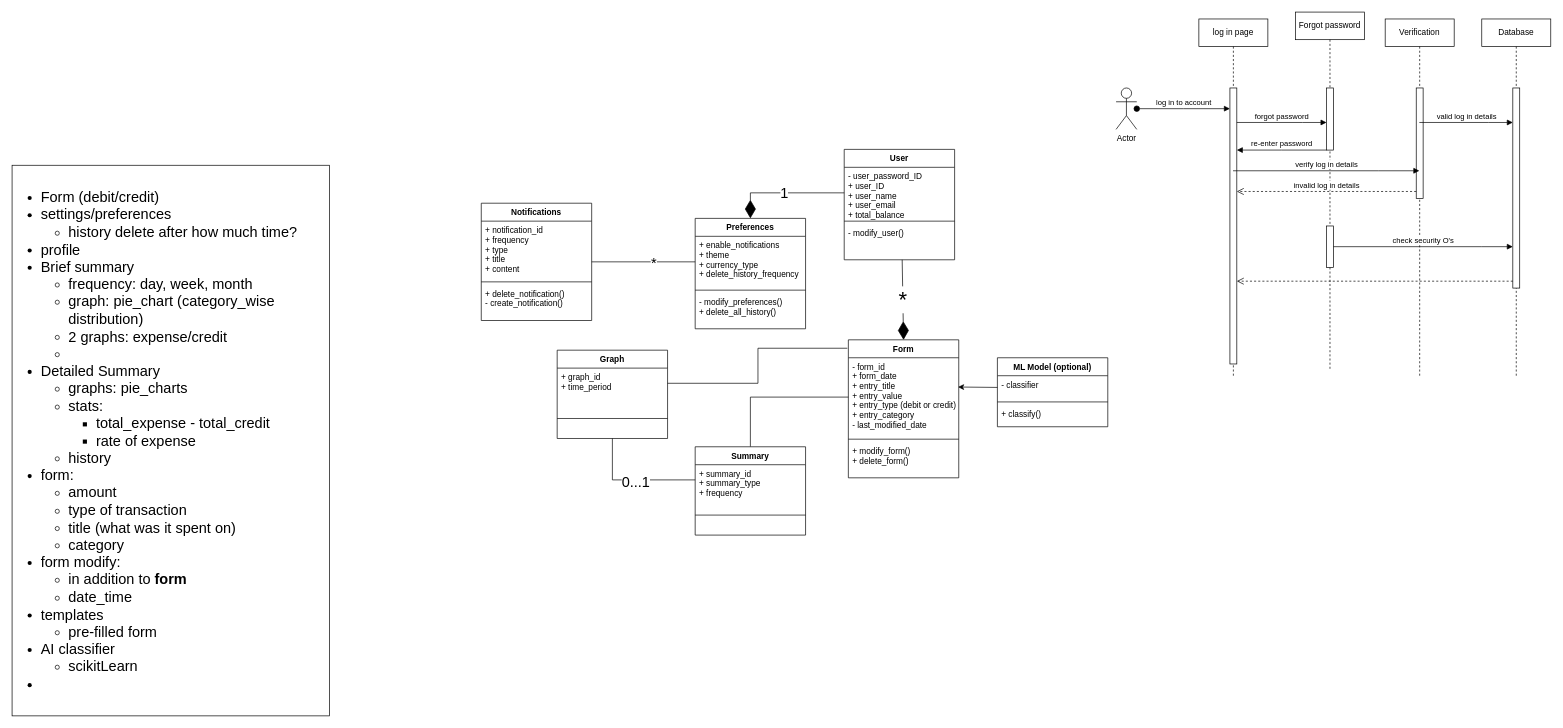
This is documentation/Sequence Diagram.drawio from batwa-org/batwa, a draw.io file, before an edit. Source tidied: cells renumbered, new cells numbered last; positions are measured from the earlier drawing's top-left corner, leaving out a move shared by most shapes. Both pictures are drawn from the tidied source at 69%, with x=0, y=0 at pixel (12, 12).
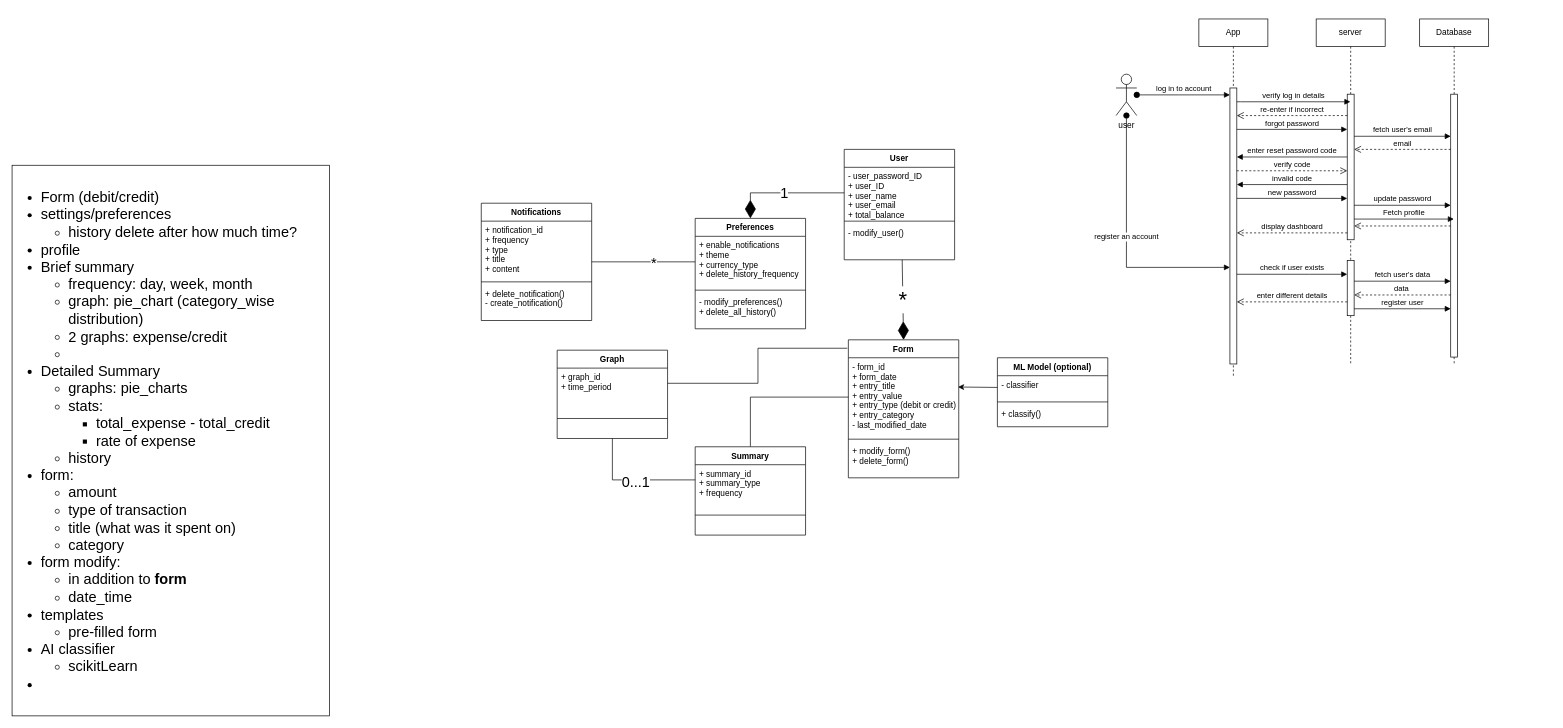
The same page after the edit.

The change refers to these unchanged cells:
```xml
<mxCell id="4" style="html=1;points=[];perimeter=orthogonalPerimeter;outlineConnect=0;targetShapes=umlLifeline;portConstraint=eastwest;newEdgeStyle={&quot;edgeStyle&quot;:&quot;elbowEdgeStyle&quot;,&quot;elbow&quot;:&quot;vertical&quot;,&quot;curved&quot;:0,&quot;rounded&quot;:0};" parent="3" vertex="1">
  <mxGeometry x="45" y="100" width="10" height="400" as="geometry" />
</mxCell>
```

The edit, as a diff of the source:
```diff
@@
-    <mxCell id="2" value="Actor" style="shape=umlActor;verticalLabelPosition=bottom;verticalAlign=top;html=1;outlineConnect=0;" parent="1" vertex="1">
-      <mxGeometry x="1600" y="110" width="30" height="60" as="geometry" />
+    <mxCell id="2" value="user" style="shape=umlActor;verticalLabelPosition=bottom;verticalAlign=top;html=1;outlineConnect=0;" parent="1" vertex="1">
+      <mxGeometry x="1600" y="90" width="30" height="60" as="geometry" />
     </mxCell>
-    <mxCell id="3" value="log in page" style="shape=umlLifeline;perimeter=lifelinePerimeter;whiteSpace=wrap;html=1;outlineConnect=0;portConstraint=eastwest;newEdgeStyle={&quot;edgeStyle&quot;:&quot;elbowEdgeStyle&quot;,&quot;elbow&quot;:&quot;vertical&quot;,&quot;curved&quot;:0,&quot;rounded&quot;:0};" parent="1" vertex="1">
+    <mxCell id="3" value="App" style="shape=umlLifeline;perimeter=lifelinePerimeter;whiteSpace=wrap;html=1;outlineConnect=0;portConstraint=eastwest;newEdgeStyle={&quot;edgeStyle&quot;:&quot;elbowEdgeStyle&quot;,&quot;elbow&quot;:&quot;vertical&quot;,&quot;curved&quot;:0,&quot;rounded&quot;:0};" parent="1" vertex="1">
       <mxGeometry x="1720" y="10" width="100" height="520" as="geometry" />
     </mxCell>
@@
-    <mxCell id="5" value="Forgot password" style="shape=umlLifeline;perimeter=lifelinePerimeter;whiteSpace=wrap;html=1;newEdgeStyle={&quot;edgeStyle&quot;:&quot;elbowEdgeStyle&quot;,&quot;elbow&quot;:&quot;vertical&quot;,&quot;curved&quot;:0,&quot;rounded&quot;:0};" parent="1" vertex="1">
-      <mxGeometry x="1860" width="100" height="520" as="geometry" />
-    </mxCell>
-    <mxCell id="6" style="html=1;points=[];perimeter=orthogonalPerimeter;outlineConnect=0;targetShapes=umlLifeline;portConstraint=eastwest;newEdgeStyle={&quot;edgeStyle&quot;:&quot;elbowEdgeStyle&quot;,&quot;elbow&quot;:&quot;vertical&quot;,&quot;curved&quot;:0,&quot;rounded&quot;:0};" parent="5" vertex="1">
-      <mxGeometry x="45" y="110" width="10" height="90" as="geometry" />
-    </mxCell>
-    <mxCell id="7" style="html=1;points=[];perimeter=orthogonalPerimeter;outlineConnect=0;targetShapes=umlLifeline;portConstraint=eastwest;newEdgeStyle={&quot;edgeStyle&quot;:&quot;elbowEdgeStyle&quot;,&quot;elbow&quot;:&quot;vertical&quot;,&quot;curved&quot;:0,&quot;rounded&quot;:0};" parent="5" vertex="1">
-      <mxGeometry x="45" y="310" width="10" height="60" as="geometry" />
-    </mxCell>
-    <mxCell id="8" value="Verification" style="shape=umlLifeline;perimeter=lifelinePerimeter;whiteSpace=wrap;html=1;outlineConnect=0;portConstraint=eastwest;newEdgeStyle={&quot;edgeStyle&quot;:&quot;elbowEdgeStyle&quot;,&quot;elbow&quot;:&quot;vertical&quot;,&quot;curved&quot;:0,&quot;rounded&quot;:0};" parent="1" vertex="1">
-      <mxGeometry x="1990" y="10" width="100" height="520" as="geometry" />
-    </mxCell>
-    <mxCell id="9" style="html=1;points=[];perimeter=orthogonalPerimeter;outlineConnect=0;targetShapes=umlLifeline;portConstraint=eastwest;newEdgeStyle={&quot;edgeStyle&quot;:&quot;elbowEdgeStyle&quot;,&quot;elbow&quot;:&quot;vertical&quot;,&quot;curved&quot;:0,&quot;rounded&quot;:0};" parent="8" vertex="1">
-      <mxGeometry x="45" y="100" width="10" height="160" as="geometry" />
-    </mxCell>
-    <mxCell id="10" value="Database" style="shape=umlLifeline;perimeter=lifelinePerimeter;whiteSpace=wrap;html=1;outlineConnect=0;portConstraint=eastwest;newEdgeStyle={&quot;edgeStyle&quot;:&quot;elbowEdgeStyle&quot;,&quot;elbow&quot;:&quot;vertical&quot;,&quot;curved&quot;:0,&quot;rounded&quot;:0};" parent="1" vertex="1">
-      <mxGeometry x="2130" y="10" width="100" height="520" as="geometry" />
-    </mxCell>
-    <mxCell id="11" style="html=1;points=[];perimeter=orthogonalPerimeter;outlineConnect=0;targetShapes=umlLifeline;portConstraint=eastwest;newEdgeStyle={&quot;edgeStyle&quot;:&quot;elbowEdgeStyle&quot;,&quot;elbow&quot;:&quot;vertical&quot;,&quot;curved&quot;:0,&quot;rounded&quot;:0};" parent="10" vertex="1">
-      <mxGeometry x="45" y="100" width="10" height="290" as="geometry" />
-    </mxCell>
     <mxCell id="12" value="log in to account" style="html=1;verticalAlign=bottom;startArrow=oval;startFill=1;endArrow=block;startSize=8;edgeStyle=elbowEdgeStyle;elbow=vertical;curved=0;rounded=0;" parent="1" edge="1" source="2" target="4">
-      <mxGeometry relative="1" as="geometry" />
+      <mxGeometry relative="1" as="geometry">
+        <Array as="points">
+          <mxPoint x="1690" y="120" />
+        </Array>
+      </mxGeometry>
     </mxCell>
-    <mxCell id="13" value="forgot password" style="html=1;verticalAlign=bottom;endArrow=block;edgeStyle=elbowEdgeStyle;elbow=vertical;curved=0;rounded=0;" parent="1" edge="1" source="4" target="6">
-      <mxGeometry relative="1" as="geometry">
-        <Array as="points">
-          <mxPoint x="1870" y="160" />
-        </Array>
-      </mxGeometry>
-    </mxCell>
-    <mxCell id="14" value="re-enter password" style="html=1;verticalAlign=bottom;endArrow=block;edgeStyle=elbowEdgeStyle;elbow=vertical;curved=0;rounded=0;" parent="1" edge="1" source="6" target="4">
-      <mxGeometry relative="1" as="geometry">
-        <Array as="points">
-          <mxPoint x="1840" y="200" />
-        </Array>
-      </mxGeometry>
-    </mxCell>
-    <mxCell id="15" value="verify log in details" style="html=1;verticalAlign=bottom;endArrow=block;edgeStyle=elbowEdgeStyle;elbow=vertical;curved=0;rounded=0;" parent="1" edge="1" source="3" target="8">
-      <mxGeometry relative="1" as="geometry">
-        <Array as="points">
-          <mxPoint x="1980" y="230" />
-          <mxPoint x="1930" y="260" />
-        </Array>
-      </mxGeometry>
-    </mxCell>
-    <mxCell id="16" value="invalid log in details" style="html=1;verticalAlign=bottom;endArrow=open;dashed=1;endSize=8;edgeStyle=elbowEdgeStyle;elbow=vertical;curved=0;rounded=0;" parent="1" edge="1" source="9" target="4">
-      <mxGeometry relative="1" as="geometry">
-        <Array as="points">
-          <mxPoint x="1940" y="260" />
-        </Array>
-      </mxGeometry>
-    </mxCell>
-    <mxCell id="17" value="valid log in details" style="html=1;verticalAlign=bottom;endArrow=block;edgeStyle=elbowEdgeStyle;elbow=vertical;curved=0;rounded=0;" parent="1" edge="1" source="8" target="11">
-      <mxGeometry relative="1" as="geometry">
-        <Array as="points">
-          <mxPoint x="2140" y="160" />
-        </Array>
-      </mxGeometry>
-    </mxCell>
-    <mxCell id="18" value="check security O's" style="html=1;verticalAlign=bottom;endArrow=block;edgeStyle=elbowEdgeStyle;elbow=vertical;curved=0;rounded=0;" parent="1" edge="1" source="7" target="11">
-      <mxGeometry relative="1" as="geometry">
-        <Array as="points">
-          <mxPoint x="2130" y="340" />
-          <mxPoint x="2100" y="320" />
-        </Array>
-      </mxGeometry>
-    </mxCell>
-    <mxCell id="19" style="html=1;verticalAlign=bottom;endArrow=open;dashed=1;endSize=8;edgeStyle=elbowEdgeStyle;elbow=vertical;curved=0;rounded=0;" parent="1" edge="1" source="11" target="4">
-      <mxGeometry relative="1" as="geometry">
-        <Array as="points">
-          <mxPoint x="2070" y="390" />
-        </Array>
-      </mxGeometry>
-    </mxCell>
@@
+    <mxCell id="10" value="Database" style="shape=umlLifeline;perimeter=lifelinePerimeter;whiteSpace=wrap;html=1;outlineConnect=0;portConstraint=eastwest;newEdgeStyle={&quot;edgeStyle&quot;:&quot;elbowEdgeStyle&quot;,&quot;elbow&quot;:&quot;vertical&quot;,&quot;curved&quot;:0,&quot;rounded&quot;:0};" parent="1" vertex="1">
+      <mxGeometry x="2040" y="10" width="100" height="500" as="geometry" />
+    </mxCell>
+    <mxCell id="56" style="html=1;points=[];perimeter=orthogonalPerimeter;outlineConnect=0;targetShapes=umlLifeline;portConstraint=eastwest;newEdgeStyle={&quot;edgeStyle&quot;:&quot;elbowEdgeStyle&quot;,&quot;elbow&quot;:&quot;vertical&quot;,&quot;curved&quot;:0,&quot;rounded&quot;:0};" parent="10" vertex="1">
+      <mxGeometry x="45" y="109" width="10" height="381" as="geometry" />
+    </mxCell>
+    <mxCell id="57" value="server" style="shape=umlLifeline;perimeter=lifelinePerimeter;whiteSpace=wrap;html=1;outlineConnect=0;portConstraint=eastwest;newEdgeStyle={&quot;edgeStyle&quot;:&quot;elbowEdgeStyle&quot;,&quot;elbow&quot;:&quot;vertical&quot;,&quot;curved&quot;:0,&quot;rounded&quot;:0};" parent="1" vertex="1">
+      <mxGeometry x="1890" y="10" width="100" height="500" as="geometry" />
+    </mxCell>
+    <mxCell id="58" style="html=1;points=[];perimeter=orthogonalPerimeter;outlineConnect=0;targetShapes=umlLifeline;portConstraint=eastwest;newEdgeStyle={&quot;edgeStyle&quot;:&quot;elbowEdgeStyle&quot;,&quot;elbow&quot;:&quot;vertical&quot;,&quot;curved&quot;:0,&quot;rounded&quot;:0};" parent="57" vertex="1">
+      <mxGeometry x="45" y="109" width="10" height="211" as="geometry" />
+    </mxCell>
+    <mxCell id="59" style="html=1;points=[];perimeter=orthogonalPerimeter;outlineConnect=0;targetShapes=umlLifeline;portConstraint=eastwest;newEdgeStyle={&quot;edgeStyle&quot;:&quot;elbowEdgeStyle&quot;,&quot;elbow&quot;:&quot;vertical&quot;,&quot;curved&quot;:0,&quot;rounded&quot;:0};" parent="57" vertex="1">
+      <mxGeometry x="45" y="350" width="10" height="80" as="geometry" />
+    </mxCell>
+    <mxCell id="15" value="verify log in details" style="html=1;verticalAlign=bottom;endArrow=block;edgeStyle=elbowEdgeStyle;elbow=vertical;curved=0;rounded=0;" parent="1" edge="1" source="4" target="57">
+      <mxGeometry relative="1" as="geometry">
+        <Array as="points">
+          <mxPoint x="1780" y="130" />
+        </Array>
+      </mxGeometry>
+    </mxCell>
+    <mxCell id="60" value="re-enter if incorrect" style="html=1;verticalAlign=bottom;endArrow=open;dashed=1;endSize=8;edgeStyle=elbowEdgeStyle;elbow=vertical;curved=0;rounded=0;" parent="1" edge="1" source="58" target="4">
+      <mxGeometry relative="1" as="geometry">
+        <Array as="points">
+          <mxPoint x="1840" y="150" />
+        </Array>
+      </mxGeometry>
+    </mxCell>
+    <mxCell id="61" value="Fetch profile" style="html=1;verticalAlign=bottom;endArrow=block;edgeStyle=elbowEdgeStyle;elbow=vertical;curved=0;rounded=0;" parent="1" edge="1" source="58" target="10">
+      <mxGeometry relative="1" as="geometry">
+        <Array as="points">
+          <mxPoint x="2030" y="300" />
+          <mxPoint x="2010" y="290" />
+          <mxPoint x="1950" y="220" />
+          <mxPoint x="2000" y="200" />
+          <mxPoint x="2010" y="190" />
+          <mxPoint x="1990" y="160" />
+        </Array>
+      </mxGeometry>
+    </mxCell>
+    <mxCell id="62" style="html=1;verticalAlign=bottom;endArrow=open;dashed=1;endSize=8;edgeStyle=elbowEdgeStyle;elbow=vertical;curved=0;rounded=0;" parent="1" edge="1" source="56" target="58">
+      <mxGeometry relative="1" as="geometry">
+        <Array as="points">
+          <mxPoint x="2000" y="310" />
+          <mxPoint x="2020" y="230" />
+          <mxPoint x="2000" y="210" />
+          <mxPoint x="2030" y="200" />
+          <mxPoint x="1990" y="180" />
+          <mxPoint x="1940" y="170" />
+        </Array>
+      </mxGeometry>
+    </mxCell>
+    <mxCell id="63" value="display dashboard" style="html=1;verticalAlign=bottom;endArrow=open;dashed=1;endSize=8;edgeStyle=elbowEdgeStyle;elbow=vertical;curved=0;rounded=0;" parent="1" edge="1" source="58" target="4">
+      <mxGeometry relative="1" as="geometry">
+        <Array as="points">
+          <mxPoint x="1890" y="320" />
+          <mxPoint x="1900" y="310" />
+          <mxPoint x="1880" y="240" />
+          <mxPoint x="1870" y="210" />
+          <mxPoint x="1900" y="190" />
+          <mxPoint x="1880" y="160" />
+        </Array>
+      </mxGeometry>
+    </mxCell>
+    <mxCell id="64" value="register an account" style="html=1;verticalAlign=bottom;startArrow=oval;startFill=1;endArrow=block;startSize=8;edgeStyle=elbowEdgeStyle;elbow=vertical;curved=0;rounded=0;" parent="1" edge="1" source="2" target="4">
+      <mxGeometry relative="1" as="geometry">
+        <Array as="points">
+          <mxPoint x="1740" y="370" />
+          <mxPoint x="1700" y="280" />
+          <mxPoint x="1700" y="230" />
+          <mxPoint x="1730" y="270" />
+        </Array>
+      </mxGeometry>
+    </mxCell>
+    <mxCell id="65" value="check if user exists" style="html=1;verticalAlign=bottom;endArrow=block;edgeStyle=elbowEdgeStyle;elbow=vertical;curved=0;rounded=0;" parent="1" edge="1" source="4" target="59">
+      <mxGeometry relative="1" as="geometry">
+        <Array as="points">
+          <mxPoint x="1880" y="380" />
+          <mxPoint x="1830" y="290" />
+          <mxPoint x="1870" y="240" />
+        </Array>
+      </mxGeometry>
+    </mxCell>
+    <mxCell id="66" value="fetch user's data" style="html=1;verticalAlign=bottom;endArrow=block;edgeStyle=elbowEdgeStyle;elbow=vertical;curved=0;rounded=0;" parent="1" edge="1" source="59" target="56">
+      <mxGeometry relative="1" as="geometry">
+        <Array as="points">
+          <mxPoint x="2000" y="390" />
+          <mxPoint x="1990" y="310" />
+          <mxPoint x="2040" y="250" />
+          <mxPoint x="2090" y="250" />
+        </Array>
+      </mxGeometry>
+    </mxCell>
+    <mxCell id="67" value="data&amp;nbsp;" style="html=1;verticalAlign=bottom;endArrow=open;dashed=1;endSize=8;edgeStyle=elbowEdgeStyle;elbow=vertical;curved=0;rounded=0;" parent="1" edge="1" source="56" target="59">
+      <mxGeometry relative="1" as="geometry">
+        <Array as="points">
+          <mxPoint x="2010" y="410" />
+          <mxPoint x="1990" y="330" />
+          <mxPoint x="1970" y="270" />
+        </Array>
+      </mxGeometry>
+    </mxCell>
+    <mxCell id="68" value="enter different details" style="html=1;verticalAlign=bottom;endArrow=open;dashed=1;endSize=8;edgeStyle=elbowEdgeStyle;elbow=vertical;curved=0;rounded=0;" parent="1" edge="1" source="59" target="4">
+      <mxGeometry relative="1" as="geometry">
+        <Array as="points">
+          <mxPoint x="1880" y="420" />
+          <mxPoint x="1810" y="340" />
+          <mxPoint x="1900" y="280" />
+          <mxPoint x="1940" y="270" />
+        </Array>
+      </mxGeometry>
+    </mxCell>
+    <mxCell id="69" value="register user" style="html=1;verticalAlign=bottom;endArrow=block;edgeStyle=elbowEdgeStyle;elbow=vertical;curved=0;rounded=0;" parent="1" edge="1" source="59" target="56">
+      <mxGeometry relative="1" as="geometry">
+        <Array as="points">
+          <mxPoint x="1980" y="430" />
+          <mxPoint x="1990" y="350" />
+          <mxPoint x="1980" y="330" />
+          <mxPoint x="2020" y="300" />
+        </Array>
+      </mxGeometry>
+    </mxCell>
+    <mxCell id="13" value="forgot password" style="html=1;verticalAlign=bottom;endArrow=block;edgeStyle=elbowEdgeStyle;elbow=vertical;curved=0;rounded=0;" parent="1" edge="1" source="4" target="58">
+      <mxGeometry relative="1" as="geometry">
+        <Array as="points">
+          <mxPoint x="1900" y="170" />
+        </Array>
+      </mxGeometry>
+    </mxCell>
+    <mxCell id="70" value="fetch user's email" style="html=1;verticalAlign=bottom;endArrow=block;edgeStyle=elbowEdgeStyle;elbow=vertical;curved=0;rounded=0;" parent="1" edge="1" source="58" target="56">
+      <mxGeometry relative="1" as="geometry">
+        <Array as="points">
+          <mxPoint x="2050" y="180" />
+        </Array>
+      </mxGeometry>
+    </mxCell>
+    <mxCell id="71" value="email" style="html=1;verticalAlign=bottom;endArrow=open;dashed=1;endSize=8;edgeStyle=elbowEdgeStyle;elbow=vertical;curved=0;rounded=0;" parent="1" edge="1" source="56" target="58">
+      <mxGeometry relative="1" as="geometry">
+        <Array as="points">
+          <mxPoint x="2080" y="199" />
+        </Array>
+      </mxGeometry>
+    </mxCell>
+    <mxCell id="72" value="enter reset password code" style="html=1;verticalAlign=bottom;endArrow=block;edgeStyle=elbowEdgeStyle;elbow=vertical;curved=0;rounded=0;" parent="1" edge="1" source="58" target="4">
+      <mxGeometry relative="1" as="geometry">
+        <Array as="points">
+          <mxPoint x="1880" y="210" />
+          <mxPoint x="1910" y="280" />
+          <mxPoint x="1880" y="210" />
+        </Array>
+      </mxGeometry>
+    </mxCell>
+    <mxCell id="73" value="verify code" style="html=1;verticalAlign=bottom;endArrow=open;dashed=1;endSize=8;edgeStyle=elbowEdgeStyle;elbow=vertical;curved=0;rounded=0;" parent="1" edge="1" source="4" target="58">
+      <mxGeometry relative="1" as="geometry">
+        <Array as="points">
+          <mxPoint x="1830" y="230" />
+        </Array>
+      </mxGeometry>
+    </mxCell>
+    <mxCell id="74" value="invalid code" style="html=1;verticalAlign=bottom;endArrow=block;edgeStyle=elbowEdgeStyle;elbow=vertical;curved=0;rounded=0;" parent="1" edge="1" source="58" target="4">
+      <mxGeometry relative="1" as="geometry">
+        <Array as="points">
+          <mxPoint x="1910" y="250" />
+          <mxPoint x="1820" y="240" />
+        </Array>
+      </mxGeometry>
+    </mxCell>
+    <mxCell id="75" value="new password" style="html=1;verticalAlign=bottom;endArrow=block;edgeStyle=elbowEdgeStyle;elbow=vertical;curved=0;rounded=0;" parent="1" edge="1" source="4" target="58">
+      <mxGeometry relative="1" as="geometry">
+        <Array as="points">
+          <mxPoint x="1870" y="270" />
+        </Array>
+      </mxGeometry>
+    </mxCell>
+    <mxCell id="76" value="update password" style="html=1;verticalAlign=bottom;endArrow=block;edgeStyle=elbowEdgeStyle;elbow=vertical;curved=0;rounded=0;" parent="1" edge="1" source="58" target="56">
+      <mxGeometry relative="1" as="geometry">
+        <Array as="points">
+          <mxPoint x="2040" y="280" />
+        </Array>
+      </mxGeometry>
+    </mxCell>
```
